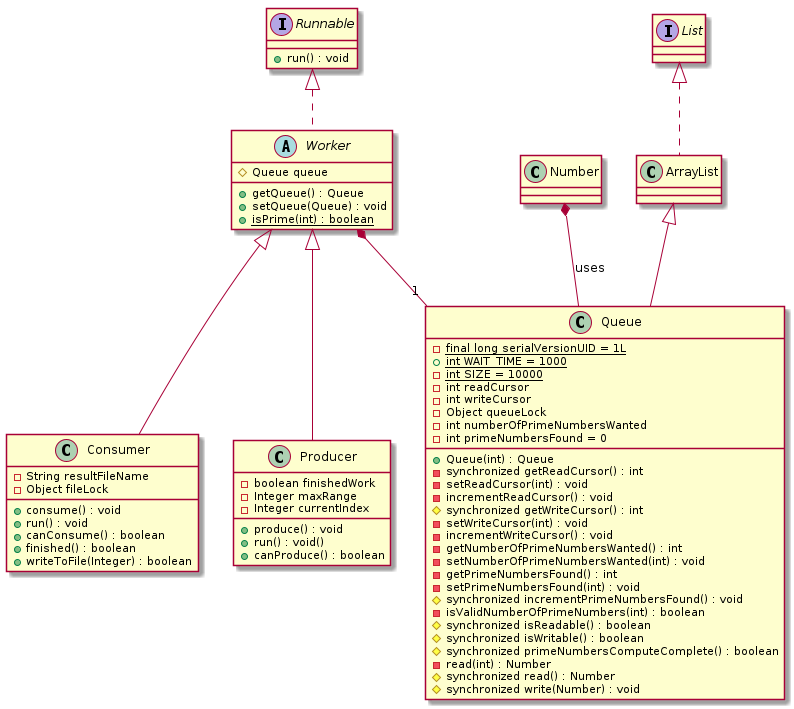
This is ClassDiagram.png from FScholsen/PrimeNumber, a PlantUML export, as it was before one commit.
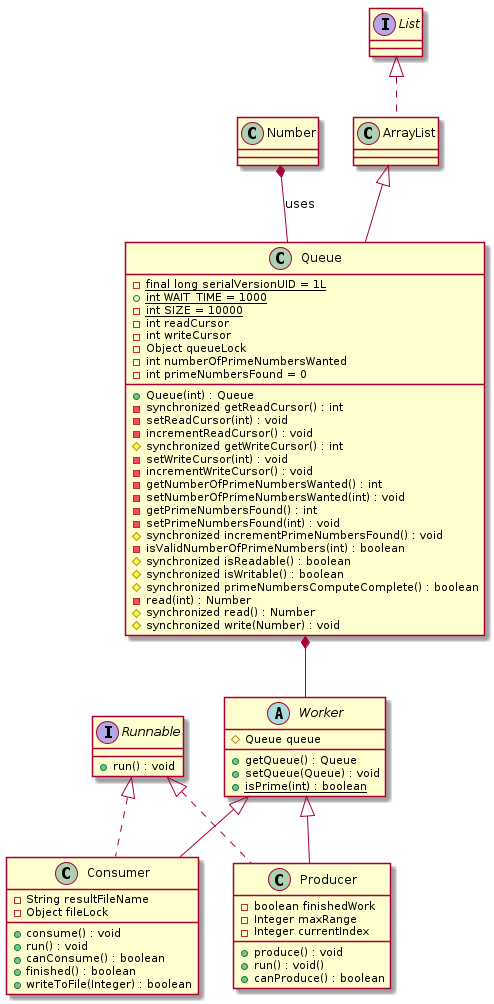
The same file after the commit.

Commit message:
fix issue on the Queue's write method, add documentation, clean up

The edit, as a diff of the source:
```diff
@@ -62,11 +62,12 @@
 	+canProduce() : boolean
 }
 
-Runnable <|.. Worker
 List <|.. ArrayList
 ArrayList <|-- Queue
 Number *-- Queue : uses
-Worker *-- "1" Queue
+Queue *-- Worker
+Runnable <|.. Consumer
+Runnable <|.. Producer
 Worker <|-- Consumer
 Worker <|-- Producer
 
```
